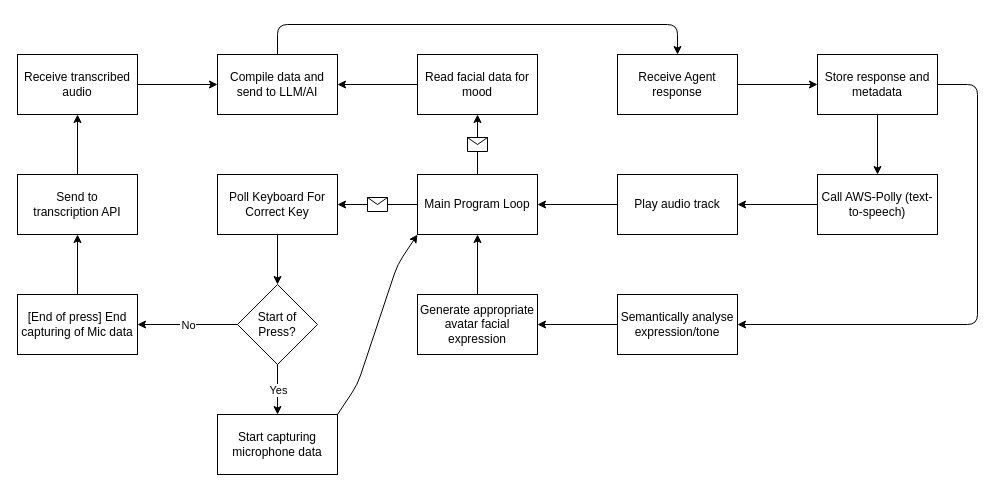
Above: diagram.drawio in UP929312/Serenity (draw.io), before the change. Source tidied: cells renumbered, new cells numbered last; positions are measured from the earlier drawing's top-left corner, leaving out a move shared by most shapes. Both pictures are drawn from the tidied source at 100%, with x=0, y=0 at pixel (17, 24).
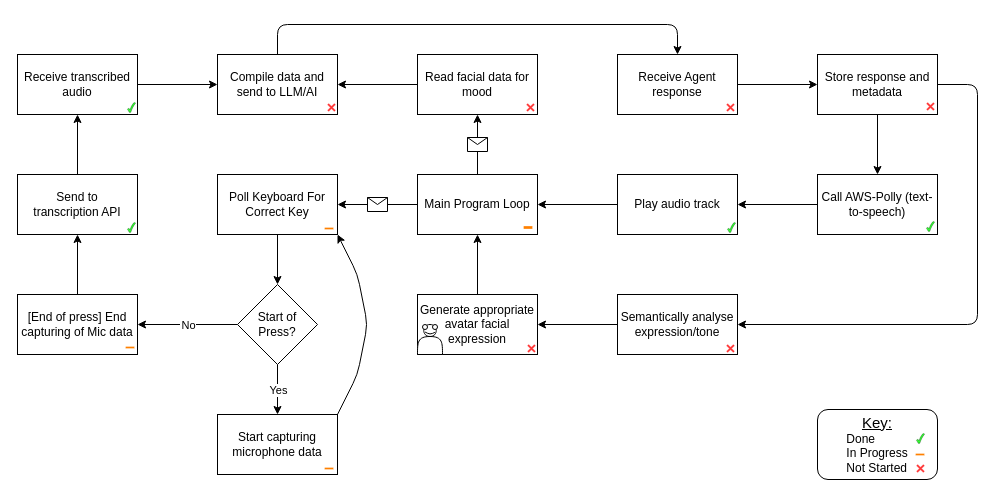
Above is the later version.

Commit message:
Added progress symbolds to diagram

The change refers to these unchanged cells:
```xml
<mxCell id="2" value="Main Program Loop" style="rounded=0;whiteSpace=wrap;html=1;" parent="1" vertex="1">
  <mxGeometry x="400" y="150" width="120" height="60" as="geometry" />
</mxCell>
<mxCell id="3" value="Poll Keyboard For&lt;br&gt;Correct Key" style="rounded=0;whiteSpace=wrap;html=1;" parent="1" vertex="1">
  <mxGeometry x="200" y="150" width="120" height="60" as="geometry" />
</mxCell>
<mxCell id="6" value="Start capturing microphone data" style="rounded=0;whiteSpace=wrap;html=1;" parent="1" vertex="1">
  <mxGeometry x="200" y="390" width="120" height="60" as="geometry" />
</mxCell>
```

Diff of the diagram source:
```diff
@@
-    <mxCell id="5" style="edgeStyle=none;html=1;exitX=1;exitY=0;exitDx=0;exitDy=0;entryX=0;entryY=1;entryDx=0;entryDy=0;" parent="1" edge="1" source="6" target="2">
-      <mxGeometry relative="1" as="geometry">
-        <Array as="points">
-          <mxPoint x="340" y="360" />
-          <mxPoint x="380" y="240" />
-        </Array>
-      </mxGeometry>
-    </mxCell>
+    <mxCell id="40" style="edgeStyle=none;html=1;exitX=1;exitY=0;exitDx=0;exitDy=0;entryX=1;entryY=1;entryDx=0;entryDy=0;" parent="1" edge="1" source="6" target="3">
+      <mxGeometry relative="1" as="geometry">
+        <Array as="points">
+          <mxPoint x="340" y="350" />
+          <mxPoint x="350" y="300" />
+          <mxPoint x="340" y="250" />
+        </Array>
+      </mxGeometry>
+    </mxCell>
@@
-    <mxCell id="15" value="Send to &lt;br&gt;transcription API" style="rounded=0;whiteSpace=wrap;html=1;" parent="1" vertex="1">
-      <mxGeometry y="150" width="120" height="60" as="geometry" />
-    </mxCell>
@@
-    <mxCell id="18" value="Receive transcribed audio" style="rounded=0;whiteSpace=wrap;html=1;" parent="1" vertex="1">
-      <mxGeometry y="30" width="120" height="60" as="geometry" />
-    </mxCell>
@@
+    <mxCell id="41" style="group;" parent="1" vertex="1">
+      <mxGeometry x="400" y="300" width="25" height="30" as="geometry" />
+    </mxCell>
+    <mxCell id="42" style="shape=actor;whiteSpace=wrap;html=1;" parent="41" vertex="1">
+      <mxGeometry width="25" height="30" as="geometry" />
+    </mxCell>
+    <mxCell id="43" style="ellipse;whiteSpace=wrap;html=1;" parent="41" vertex="1">
+      <mxGeometry x="5" width="5" height="5" as="geometry" />
+    </mxCell>
+    <mxCell id="44" style="ellipse;whiteSpace=wrap;html=1;" parent="41" vertex="1">
+      <mxGeometry x="15" width="5" height="5" as="geometry" />
+    </mxCell>
+    <mxCell id="45" style="endArrow=none;html=1;entryX=0.695;entryY=0.262;entryDx=0;entryDy=0;entryPerimeter=0;exitX=0.304;exitY=0.252;exitDx=0;exitDy=0;exitPerimeter=0;" parent="41" edge="1" source="42" target="42">
+      <mxGeometry relative="1" as="geometry">
+        <Array as="points">
+          <mxPoint x="12.5" y="10" />
+        </Array>
+      </mxGeometry>
+    </mxCell>
+    <mxCell id="46" style="group;" parent="1" vertex="1">
+      <mxGeometry y="30" width="120" height="60" as="geometry" />
+    </mxCell>
+    <mxCell id="18" value="Receive transcribed audio" style="rounded=0;whiteSpace=wrap;html=1;" parent="46" vertex="1">
+      <mxGeometry width="120" height="60" as="geometry" />
+    </mxCell>
+    <mxCell id="47" style="verticalLabelPosition=bottom;verticalAlign=top;html=1;shape=mxgraph.basic.tick;fillColor=#33FF33;strokeWidth=0.3;" parent="46" vertex="1">
+      <mxGeometry x="110" y="48" width="8" height="10" as="geometry" />
+    </mxCell>
+    <mxCell id="48" style="group;" parent="1" vertex="1">
+      <mxGeometry y="150" width="120" height="60" as="geometry" />
+    </mxCell>
+    <mxCell id="15" value="Send to &lt;br&gt;transcription API" style="rounded=0;whiteSpace=wrap;html=1;" parent="48" vertex="1">
+      <mxGeometry width="120" height="60" as="geometry" />
+    </mxCell>
+    <mxCell id="49" style="verticalLabelPosition=bottom;verticalAlign=top;html=1;shape=mxgraph.basic.tick;fillColor=#33FF33;strokeWidth=0.3;" parent="48" vertex="1">
+      <mxGeometry x="110" y="48" width="8" height="10" as="geometry" />
+    </mxCell>
+    <mxCell id="50" style="verticalLabelPosition=bottom;verticalAlign=top;html=1;shape=mxgraph.basic.tick;fillColor=#33FF33;strokeWidth=0.3;" parent="1" vertex="1">
+      <mxGeometry x="909" y="197" width="8" height="10" as="geometry" />
+    </mxCell>
+    <mxCell id="51" style="verticalLabelPosition=bottom;verticalAlign=top;html=1;shape=mxgraph.basic.tick;fillColor=#33FF33;strokeWidth=0.3;" parent="1" vertex="1">
+      <mxGeometry x="710" y="198" width="8" height="10" as="geometry" />
+    </mxCell>
+    <mxCell id="52" style="shape=cross;whiteSpace=wrap;html=1;strokeColor=#FFFFFF;strokeWidth=0.3;fillColor=#FF3333;rotation=45;" parent="1" vertex="1">
+      <mxGeometry x="708" y="319" width="10" height="10" as="geometry" />
+    </mxCell>
+    <mxCell id="53" style="shape=cross;whiteSpace=wrap;html=1;strokeColor=#FFFFFF;strokeWidth=0.3;fillColor=#FF3333;rotation=45;" parent="1" vertex="1">
+      <mxGeometry x="509" y="319" width="10" height="10" as="geometry" />
+    </mxCell>
+    <mxCell id="54" style="shape=cross;whiteSpace=wrap;html=1;strokeColor=#FFFFFF;strokeWidth=0.3;fillColor=#FF3333;rotation=45;" parent="1" vertex="1">
+      <mxGeometry x="508" y="78" width="10" height="10" as="geometry" />
+    </mxCell>
+    <mxCell id="55" style="shape=cross;whiteSpace=wrap;html=1;strokeColor=#FFFFFF;strokeWidth=0.3;fillColor=#FF3333;rotation=45;" parent="1" vertex="1">
+      <mxGeometry x="708" y="78" width="10" height="10" as="geometry" />
+    </mxCell>
+    <mxCell id="56" style="shape=cross;whiteSpace=wrap;html=1;strokeColor=#FFFFFF;strokeWidth=0.3;fillColor=#FF3333;rotation=45;" parent="1" vertex="1">
+      <mxGeometry x="908" y="77" width="10" height="10" as="geometry" />
+    </mxCell>
+    <mxCell id="57" style="shape=cross;whiteSpace=wrap;html=1;strokeColor=#FFFFFF;strokeWidth=0.3;fillColor=#FF3333;rotation=45;" parent="1" vertex="1">
+      <mxGeometry x="309" y="78" width="10" height="10" as="geometry" />
+    </mxCell>
+    <mxCell id="58" style="rounded=0;whiteSpace=wrap;html=1;strokeColor=#FFFFFF;strokeWidth=0.3;fillColor=#FF8000;" parent="1" vertex="1">
+      <mxGeometry x="307" y="443" width="9" height="2" as="geometry" />
+    </mxCell>
+    <mxCell id="59" style="rounded=0;whiteSpace=wrap;html=1;strokeColor=#FFFFFF;strokeWidth=0.3;fillColor=#FF8000;" parent="1" vertex="1">
+      <mxGeometry x="108" y="322" width="9" height="2" as="geometry" />
+    </mxCell>
+    <mxCell id="60" style="rounded=0;whiteSpace=wrap;html=1;strokeColor=#FFFFFF;strokeWidth=0.3;fillColor=#FF8000;" parent="1" vertex="1">
+      <mxGeometry x="307" y="203" width="9" height="2" as="geometry" />
+    </mxCell>
+    <mxCell id="61" style="rounded=0;whiteSpace=wrap;html=1;strokeColor=#FFFFFF;strokeWidth=0.3;fillColor=#FF8000;" parent="1" vertex="1">
+      <mxGeometry x="506" y="201.5" width="9" height="3" as="geometry" />
+    </mxCell>
+    <mxCell id="62" style="group;" parent="1" vertex="1">
+      <mxGeometry x="800" y="385" width="120" height="70" as="geometry" />
+    </mxCell>
+    <mxCell id="63" value="&lt;font style=&quot;font-size: 15px;&quot;&gt;&lt;u&gt;Key:&lt;/u&gt;&lt;/font&gt;&lt;br&gt;&lt;div style=&quot;text-align: left;&quot;&gt;&lt;span style=&quot;background-color: initial;&quot;&gt;Done&lt;/span&gt;&lt;/div&gt;&lt;span style=&quot;background-color: initial;&quot;&gt;&lt;div style=&quot;text-align: left;&quot;&gt;&lt;span style=&quot;background-color: initial;&quot;&gt;In Progress&lt;/span&gt;&lt;/div&gt;&lt;/span&gt;&lt;div style=&quot;text-align: left;&quot;&gt;&lt;span style=&quot;background-color: initial;&quot;&gt;Not Started&lt;/span&gt;&lt;/div&gt;" style="rounded=1;whiteSpace=wrap;html=1;" parent="62" vertex="1">
+      <mxGeometry width="120" height="70" as="geometry" />
+    </mxCell>
+    <mxCell id="64" style="verticalLabelPosition=bottom;verticalAlign=top;html=1;shape=mxgraph.basic.tick;fillColor=#33FF33;strokeWidth=0.3;" parent="62" vertex="1">
+      <mxGeometry x="99" y="24" width="8" height="10" as="geometry" />
+    </mxCell>
+    <mxCell id="65" style="shape=cross;whiteSpace=wrap;html=1;strokeColor=#FFFFFF;strokeWidth=0.3;fillColor=#FF3333;rotation=45;" parent="62" vertex="1">
+      <mxGeometry x="98" y="54" width="10" height="10" as="geometry" />
+    </mxCell>
+    <mxCell id="66" style="rounded=0;whiteSpace=wrap;html=1;strokeColor=#FFFFFF;strokeWidth=0.3;fillColor=#FF8000;" parent="62" vertex="1">
+      <mxGeometry x="98" y="44" width="9" height="2" as="geometry" />
+    </mxCell>
```
